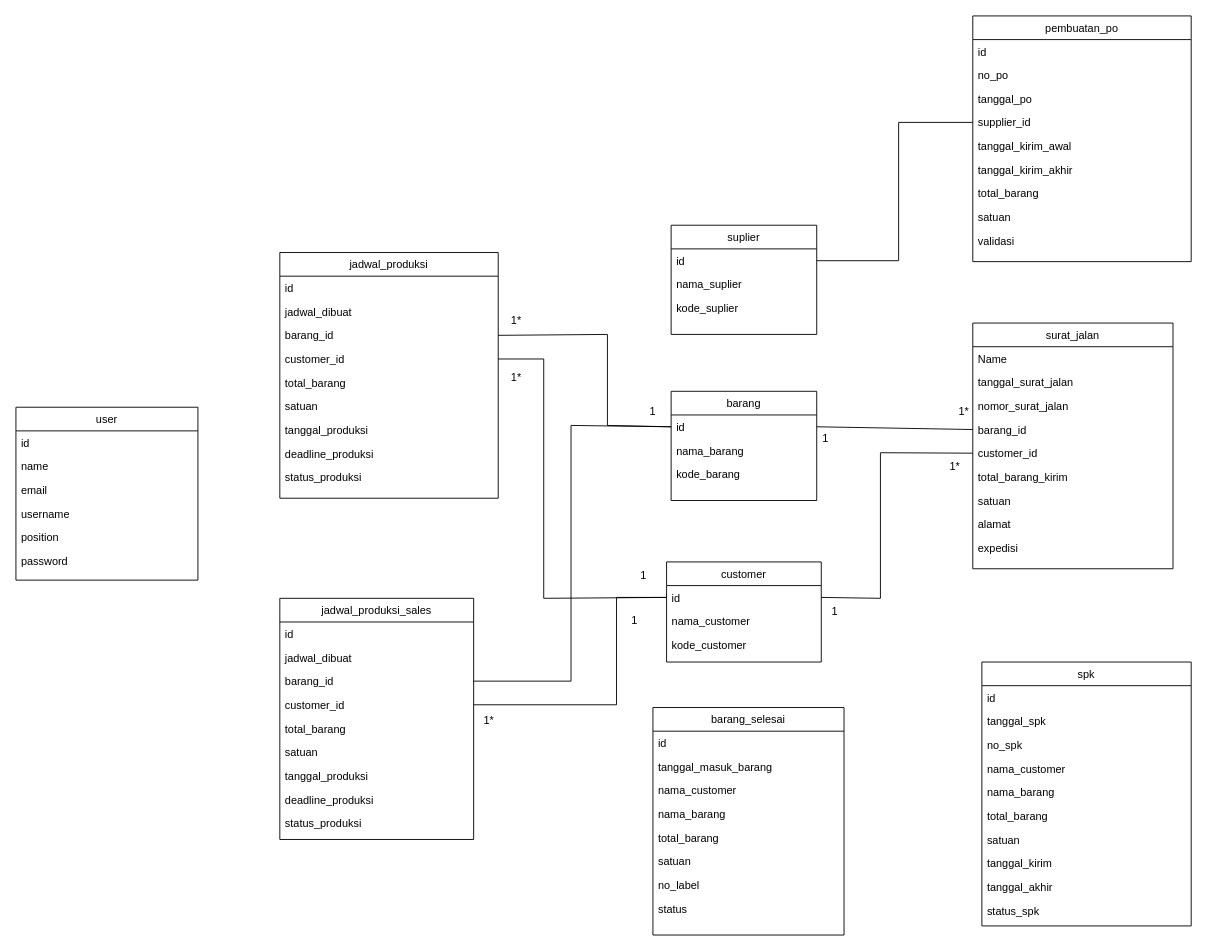
Before: Diagram Tanpa Judul.drawio in danangsptro/SI_SKRIPSI-3, a draw.io diagram. Source tidied: cells renumbered, new cells numbered last; positions are measured from the earlier drawing's top-left corner, leaving out a move shared by most shapes. Both pictures are drawn from the tidied source at 91%, with x=0, y=0 at pixel (15, 15).
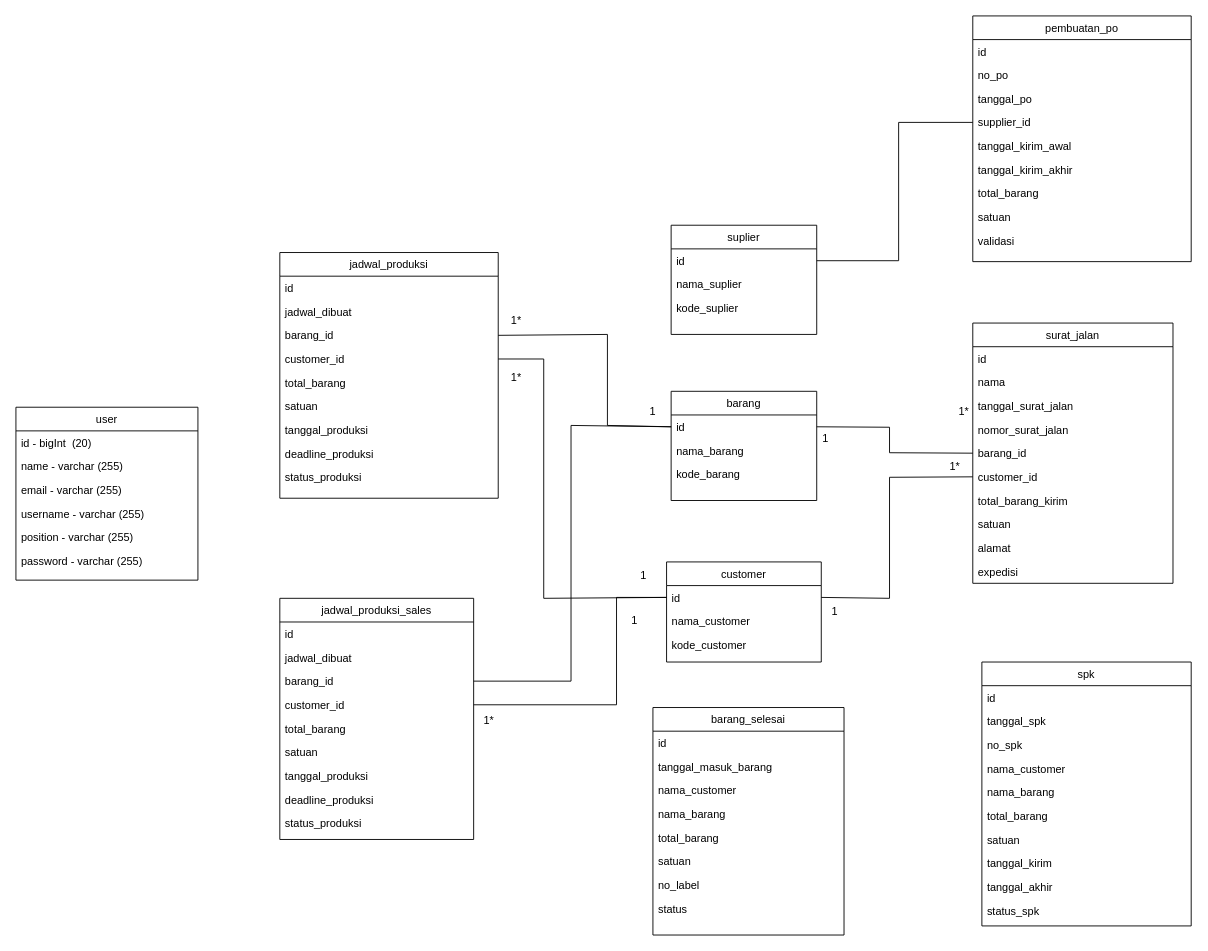
The same page after the edit.

Unchanged cells that the change refers to:
```xml
<mxCell id="22" value="id" style="text;align=left;verticalAlign=top;spacingLeft=4;spacingRight=4;overflow=hidden;points=[[0,0.5],[1,0.5]];portConstraint=eastwest;" parent="21" vertex="1">
  <mxGeometry y="26" width="170" height="26" as="geometry" />
</mxCell>
<mxCell id="26" value="id" style="text;align=left;verticalAlign=top;spacingLeft=4;spacingRight=4;overflow=hidden;points=[[0,0.5],[1,0.5]];portConstraint=eastwest;" parent="25" vertex="1">
  <mxGeometry y="26" width="160" height="26" as="geometry" />
</mxCell>
<mxCell id="40" value="user" style="swimlane;fontStyle=0;align=center;verticalAlign=top;horizontal=1;startSize=26;rounded=0;shadow=0;strokeWidth=1;" parent="1" vertex="1">
  <mxGeometry y="430" width="200" height="190" as="geometry" />
</mxCell>
```

Change to the diagram source:
```diff
@@
     <mxCell id="2" value="surat_jalan" style="swimlane;fontStyle=0;align=center;verticalAlign=top;horizontal=1;startSize=26;rounded=0;shadow=0;strokeWidth=1;" parent="1" vertex="1">
-      <mxGeometry x="1051.5" y="337.5" width="220" height="270" as="geometry" />
+      <mxGeometry x="1051.5" y="337.5" width="220" height="286" as="geometry" />
     </mxCell>
-    <mxCell id="3" value="Name" style="text;align=left;verticalAlign=top;spacingLeft=4;spacingRight=4;overflow=hidden;" parent="2" vertex="1">
+    <mxCell id="3" value="id" style="text;align=left;verticalAlign=top;spacingLeft=4;spacingRight=4;overflow=hidden;" parent="2" vertex="1">
       <mxGeometry y="26" width="220" height="26" as="geometry" />
     </mxCell>
+    <mxCell id="98" value="nama" style="text;align=left;verticalAlign=top;spacingLeft=4;spacingRight=4;overflow=hidden;" parent="2" vertex="1">
+      <mxGeometry y="52" width="220" height="26" as="geometry" />
+    </mxCell>
     <mxCell id="4" value="tanggal_surat_jalan" style="text;align=left;verticalAlign=top;spacingLeft=4;spacingRight=4;overflow=hidden;rounded=0;shadow=0;html=0;" parent="2" vertex="1">
-      <mxGeometry y="52" width="220" height="26" as="geometry" />
+      <mxGeometry y="78" width="220" height="26" as="geometry" />
     </mxCell>
     <mxCell id="5" value="nomor_surat_jalan" style="text;align=left;verticalAlign=top;spacingLeft=4;spacingRight=4;overflow=hidden;rounded=0;shadow=0;html=0;" parent="2" vertex="1">
-      <mxGeometry y="78" width="220" height="26" as="geometry" />
+      <mxGeometry y="104" width="220" height="26" as="geometry" />
     </mxCell>
     <mxCell id="6" value="barang_id" style="text;align=left;verticalAlign=top;spacingLeft=4;spacingRight=4;overflow=hidden;points=[[0,0.5],[1,0.5]];portConstraint=eastwest;rounded=0;shadow=0;html=0;" parent="2" vertex="1">
-      <mxGeometry y="104" width="220" height="26" as="geometry" />
+      <mxGeometry y="130" width="220" height="26" as="geometry" />
     </mxCell>
     <mxCell id="7" value="customer_id" style="text;align=left;verticalAlign=top;spacingLeft=4;spacingRight=4;overflow=hidden;points=[[0,0.5],[1,0.5]];portConstraint=eastwest;rounded=0;shadow=0;html=0;" parent="2" vertex="1">
-      <mxGeometry y="130" width="220" height="26" as="geometry" />
+      <mxGeometry y="156" width="220" height="26" as="geometry" />
     </mxCell>
     <mxCell id="8" value="total_barang_kirim" style="text;align=left;verticalAlign=top;spacingLeft=4;spacingRight=4;overflow=hidden;rounded=0;shadow=0;html=0;" parent="2" vertex="1">
-      <mxGeometry y="156" width="220" height="26" as="geometry" />
+      <mxGeometry y="182" width="220" height="26" as="geometry" />
     </mxCell>
     <mxCell id="9" value="satuan" style="text;align=left;verticalAlign=top;spacingLeft=4;spacingRight=4;overflow=hidden;rounded=0;shadow=0;html=0;" parent="2" vertex="1">
-      <mxGeometry y="182" width="220" height="26" as="geometry" />
+      <mxGeometry y="208" width="220" height="26" as="geometry" />
     </mxCell>
     <mxCell id="10" value="alamat" style="text;align=left;verticalAlign=top;spacingLeft=4;spacingRight=4;overflow=hidden;rounded=0;shadow=0;html=0;" parent="2" vertex="1">
-      <mxGeometry y="208" width="220" height="26" as="geometry" />
+      <mxGeometry y="234" width="220" height="26" as="geometry" />
     </mxCell>
     <mxCell id="11" value="expedisi" style="text;align=left;verticalAlign=top;spacingLeft=4;spacingRight=4;overflow=hidden;rounded=0;shadow=0;html=0;" parent="2" vertex="1">
-      <mxGeometry y="234" width="220" height="26" as="geometry" />
+      <mxGeometry y="260" width="220" height="26" as="geometry" />
     </mxCell>
@@
-    <mxCell id="41" value="id" style="text;align=left;verticalAlign=top;spacingLeft=4;spacingRight=4;overflow=hidden;" parent="40" vertex="1">
+    <mxCell id="41" value="id - bigInt  (20)" style="text;align=left;verticalAlign=top;spacingLeft=4;spacingRight=4;overflow=hidden;" parent="40" vertex="1">
       <mxGeometry y="26" width="200" height="26" as="geometry" />
     </mxCell>
-    <mxCell id="42" value="name" style="text;align=left;verticalAlign=top;spacingLeft=4;spacingRight=4;overflow=hidden;rounded=0;shadow=0;html=0;" parent="40" vertex="1">
+    <mxCell id="42" value="name - varchar (255)" style="text;align=left;verticalAlign=top;spacingLeft=4;spacingRight=4;overflow=hidden;rounded=0;shadow=0;html=0;" parent="40" vertex="1">
       <mxGeometry y="52" width="200" height="26" as="geometry" />
     </mxCell>
-    <mxCell id="43" value="email" style="text;align=left;verticalAlign=top;spacingLeft=4;spacingRight=4;overflow=hidden;rounded=0;shadow=0;html=0;" parent="40" vertex="1">
+    <mxCell id="43" value="email - varchar (255)" style="text;align=left;verticalAlign=top;spacingLeft=4;spacingRight=4;overflow=hidden;rounded=0;shadow=0;html=0;" parent="40" vertex="1">
       <mxGeometry y="78" width="200" height="26" as="geometry" />
     </mxCell>
-    <mxCell id="44" value="username" style="text;align=left;verticalAlign=top;spacingLeft=4;spacingRight=4;overflow=hidden;rounded=0;shadow=0;html=0;" parent="40" vertex="1">
+    <mxCell id="44" value="username - varchar (255)" style="text;align=left;verticalAlign=top;spacingLeft=4;spacingRight=4;overflow=hidden;rounded=0;shadow=0;html=0;" parent="40" vertex="1">
       <mxGeometry y="104" width="200" height="26" as="geometry" />
     </mxCell>
-    <mxCell id="45" value="position" style="text;align=left;verticalAlign=top;spacingLeft=4;spacingRight=4;overflow=hidden;rounded=0;shadow=0;html=0;" parent="40" vertex="1">
+    <mxCell id="45" value="position - varchar (255)" style="text;align=left;verticalAlign=top;spacingLeft=4;spacingRight=4;overflow=hidden;rounded=0;shadow=0;html=0;" parent="40" vertex="1">
       <mxGeometry y="130" width="200" height="26" as="geometry" />
     </mxCell>
-    <mxCell id="46" value="password" style="text;align=left;verticalAlign=top;spacingLeft=4;spacingRight=4;overflow=hidden;rounded=0;shadow=0;html=0;" parent="40" vertex="1">
+    <mxCell id="46" value="password - varchar (255)" style="text;align=left;verticalAlign=top;spacingLeft=4;spacingRight=4;overflow=hidden;rounded=0;shadow=0;html=0;" parent="40" vertex="1">
       <mxGeometry y="156" width="200" height="26" as="geometry" />
     </mxCell>
@@
     <mxCell id="69" style="endArrow=none;html=1;rounded=0;entryX=0;entryY=0.5;entryDx=0;entryDy=0;exitX=1;exitY=0.5;exitDx=0;exitDy=0;" parent="1" edge="1" source="26" target="6">
-      <mxGeometry relative="1" as="geometry" />
+      <mxGeometry relative="1" as="geometry">
+        <Array as="points">
+          <mxPoint x="960" y="452" />
+          <mxPoint x="960" y="480" />
+        </Array>
+      </mxGeometry>
     </mxCell>
     <mxCell id="70" style="endArrow=none;html=1;rounded=0;entryX=0;entryY=0.5;entryDx=0;entryDy=0;exitX=1;exitY=0.5;exitDx=0;exitDy=0;" parent="1" edge="1" source="22" target="7">
       <mxGeometry relative="1" as="geometry">
         <Array as="points">
-          <mxPoint x="950" y="640" />
-          <mxPoint x="950" y="480" />
+          <mxPoint x="960" y="640" />
+          <mxPoint x="960" y="507" />
         </Array>
       </mxGeometry>
     </mxCell>
```
